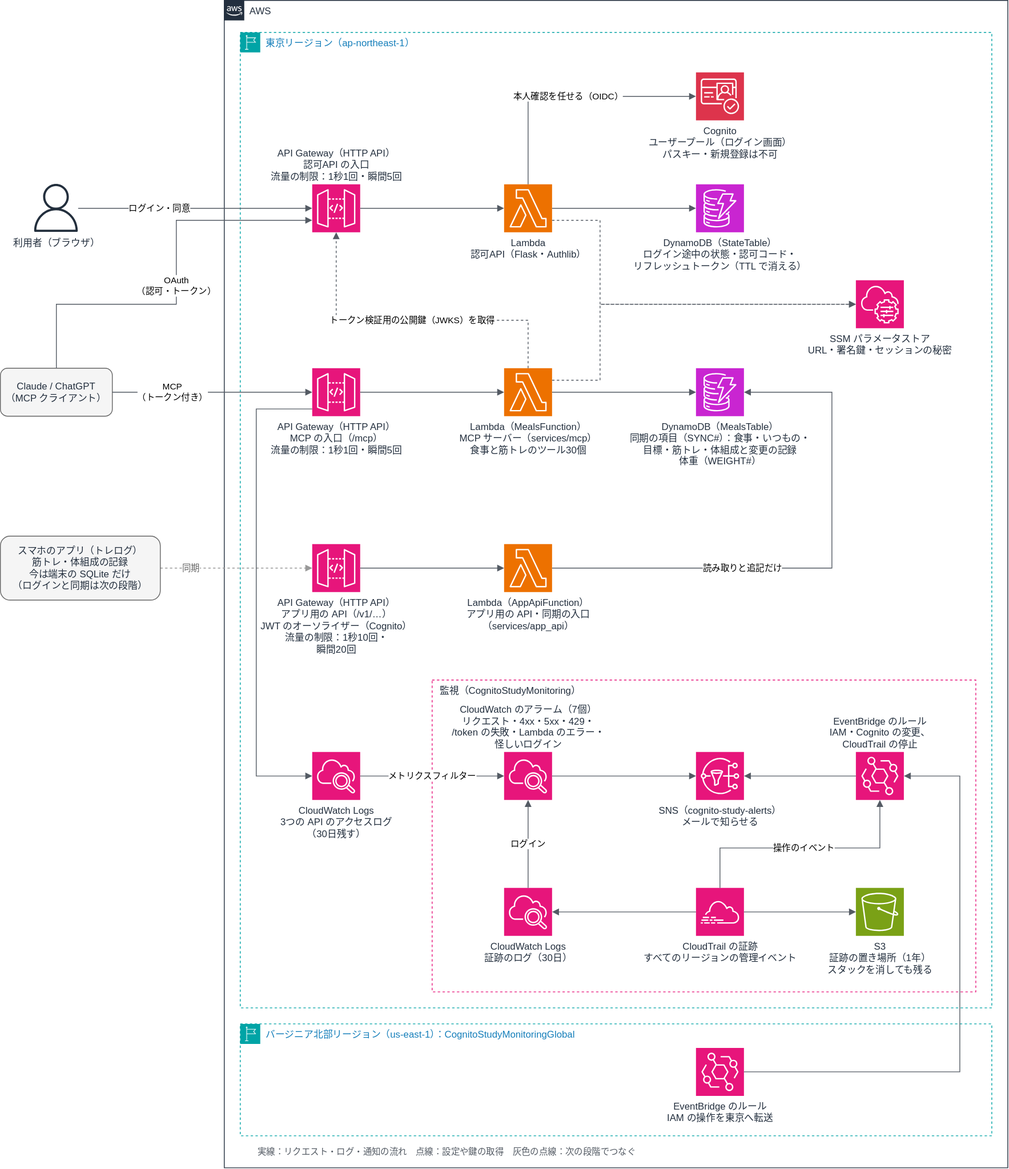
Earlier version of the draw.io export docs/architecture.drawio.svg (ykitaza/health-log). Source tidied: cells renumbered, new cells last; positions are measured from the earlier drawing's top-left corner, leaving out a move shared by most shapes.
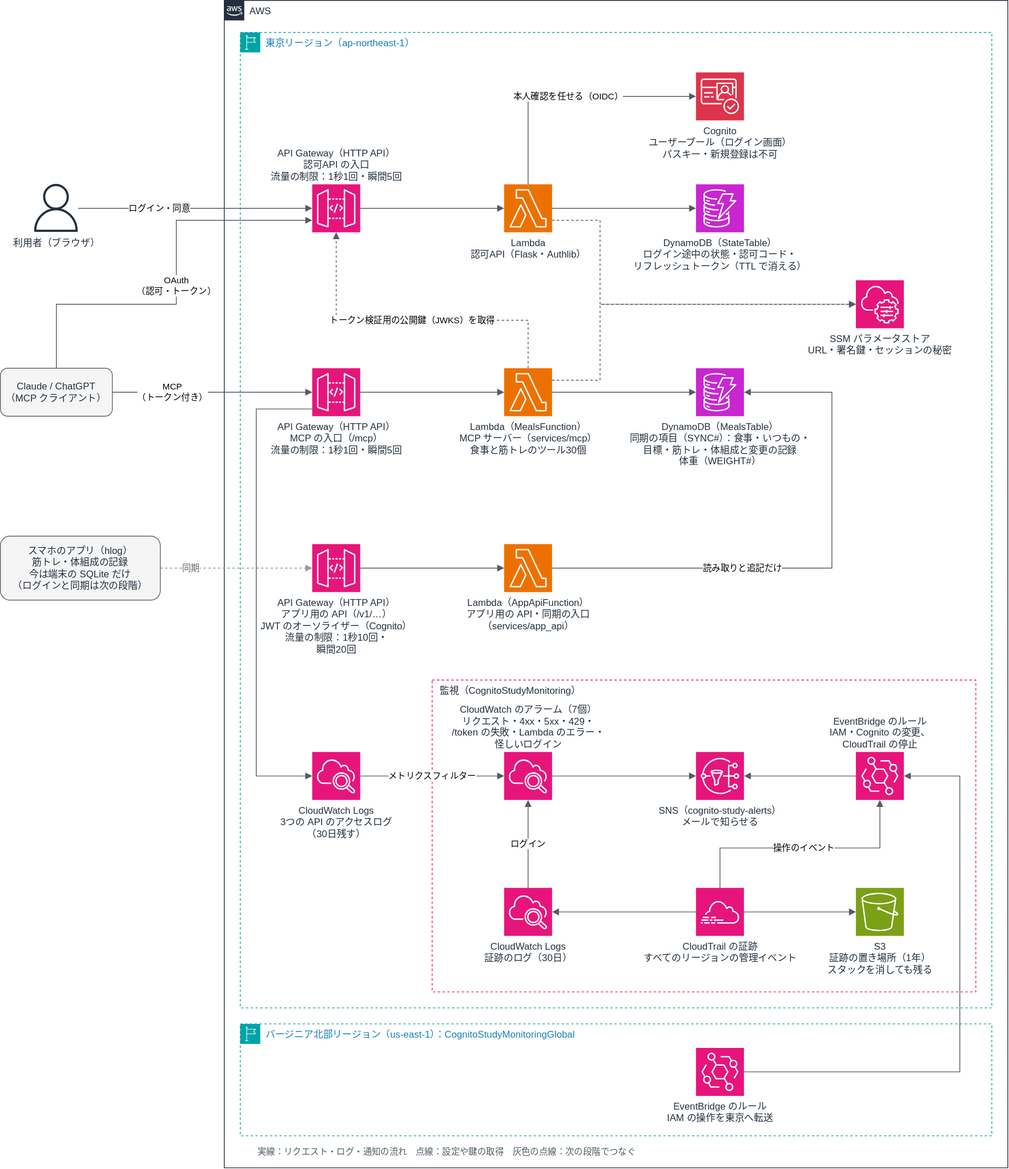
The same file after the commit.

What changed in the source:
```diff
@@ -116,7 +116,7 @@
         </Array>
       </mxGeometry>
     </mxCell>
-    <mxCell id="30" value="スマホのアプリ（トレログ）&lt;br&gt;筋トレ・体組成の記録&lt;br&gt;今は端末の SQLite だけ&lt;br&gt;（ログインと同期は次の段階）" style="rounded=1;whiteSpace=wrap;html=1;fillColor=#F5F5F5;strokeColor=#666666;fontColor=#232F3E;fontSize=12;" parent="1" vertex="1">
+    <mxCell id="30" value="スマホのアプリ（hlog）&lt;br&gt;筋トレ・体組成の記録&lt;br&gt;今は端末の SQLite だけ&lt;br&gt;（ログインと同期は次の段階）" style="rounded=1;whiteSpace=wrap;html=1;fillColor=#F5F5F5;strokeColor=#666666;fontColor=#232F3E;fontSize=12;" parent="1" vertex="1">
       <mxGeometry y="670" width="200" height="80" as="geometry" />
     </mxCell>
     <mxCell id="31" value="監視（CognitoStudyMonitoring）" style="rounded=0;whiteSpace=wrap;html=1;fillColor=none;strokeColor=#E7157B;dashed=1;verticalAlign=top;align=left;spacingLeft=8;fontSize=12;fontColor=#232F3E;" parent="1" vertex="1">
```
